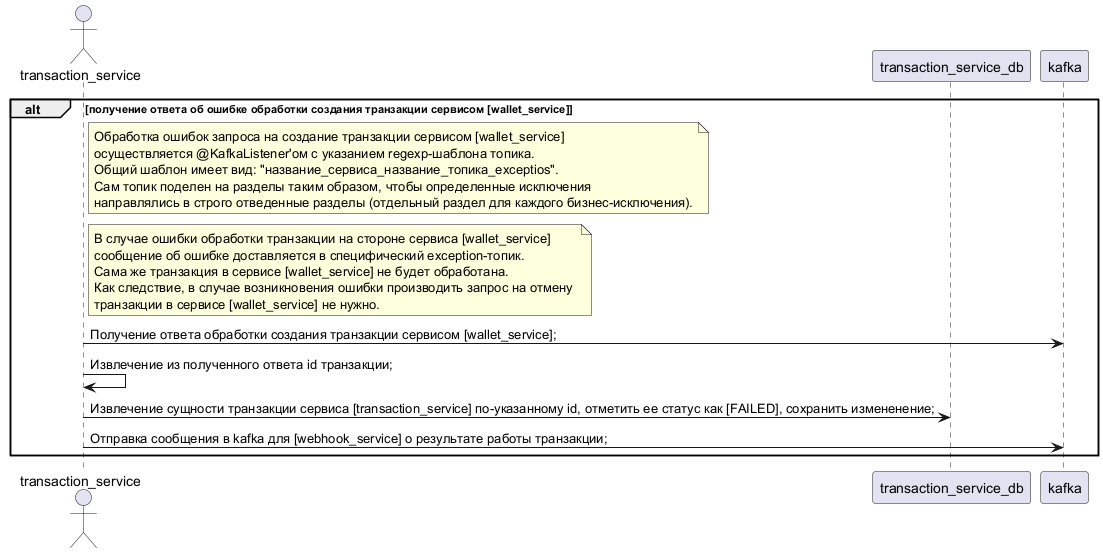
Before: diagrams/transaction-service-interaction/create-transaction/step_5_handle_fail_response_create_transaction_on_wallet_service_uml.png, a diagram exported from PlantUML (U-235-92/payment-system).
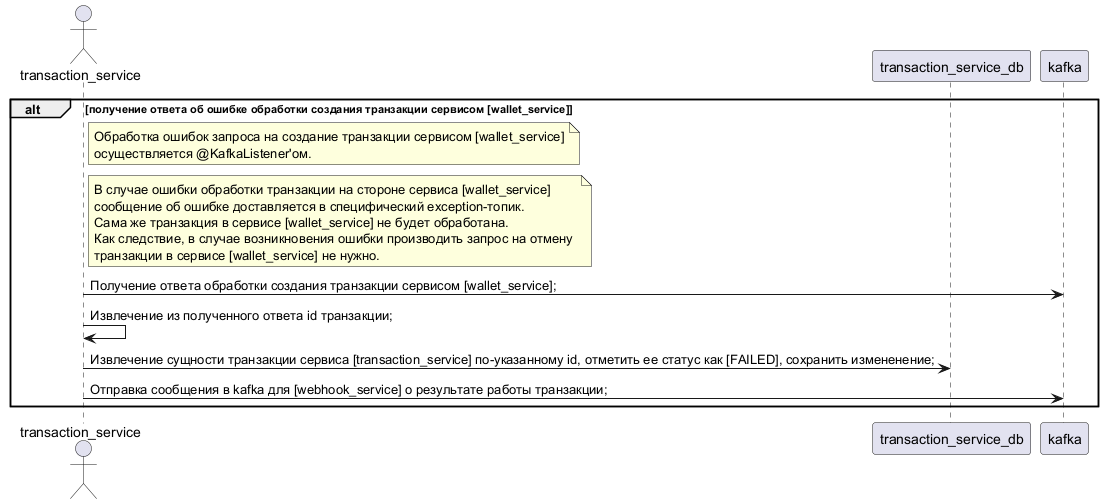
Above is the later version.

Commit message:
Module #5. V13_09_2026. Update [diagrams]. Update diagrams. Update steps 3-5 of [create-transaction] flow.

The edit, as a diff of the source:
```diff
@@ -7,10 +7,7 @@
 alt получение ответа об ошибке обработки создания транзакции сервисом [wallet_service]
 	note right transaction_service
 		Обработка ошибок запроса на создание транзакции сервисом [wallet_service]
-		осуществляется @KafkaListener'ом с указанием regexp-шаблона топика.
-		Общий шаблон имеет вид: "название_сервиса_название_топика_exceptios".
-		Сам топик поделен на разделы таким образом, чтобы определенные исключения
-		направлялись в строго отведенные разделы (отдельный раздел для каждого бизнес-исключения).
+		осуществляется @KafkaListener'ом.
 	end note
 	note right transaction_service
 		В случае ошибки обработки транзакции на стороне сервиса [wallet_service]
```
